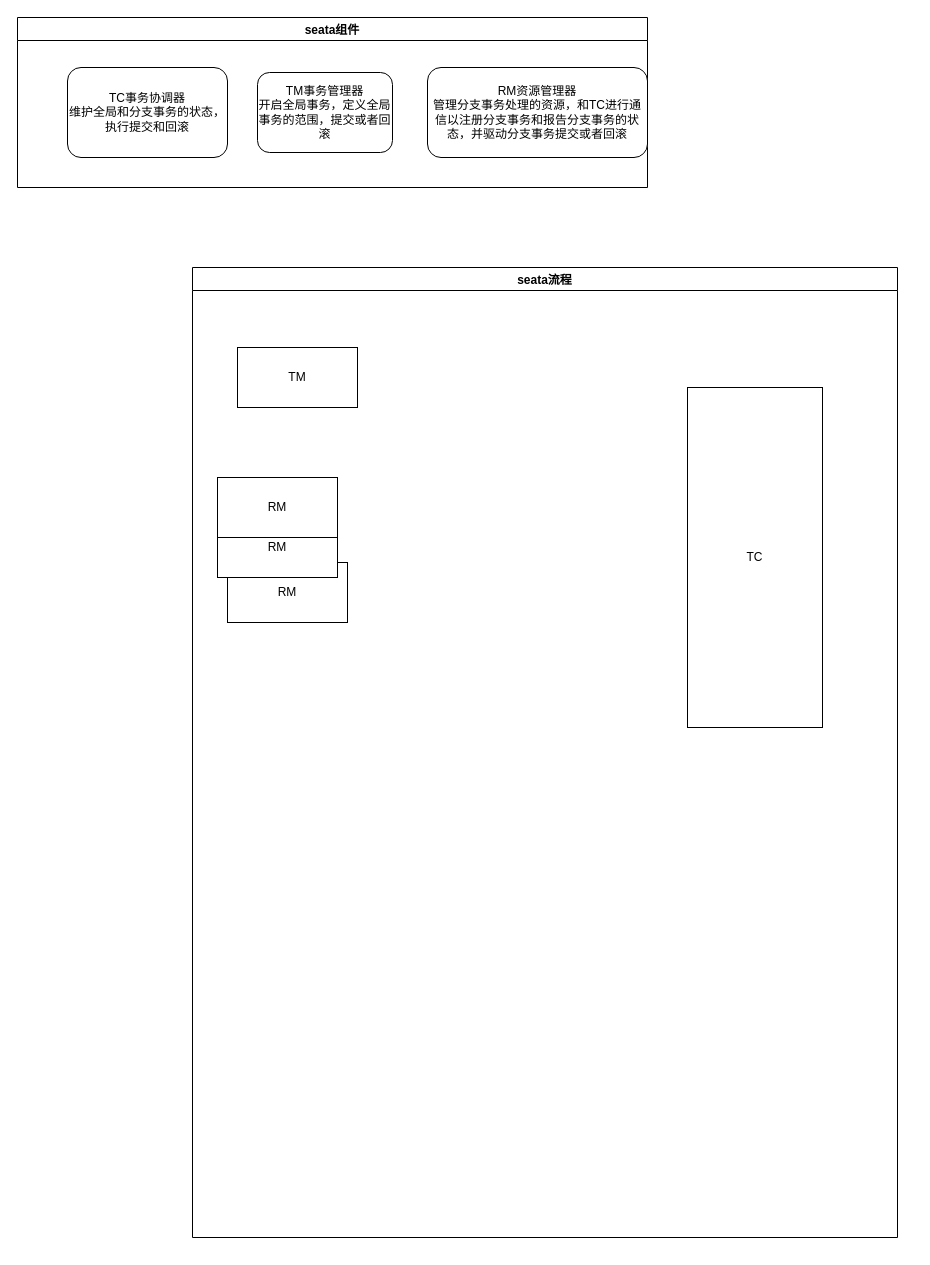
Before: seate.drawio in x-Yorozuya/java-, a draw.io diagram. Source tidied: cells renumbered, new cells numbered last; positions are measured from the earlier drawing's top-left corner, leaving out a move shared by most shapes. Both pictures are drawn from the tidied source at 100%, with x=0, y=0 at pixel (17, 17).
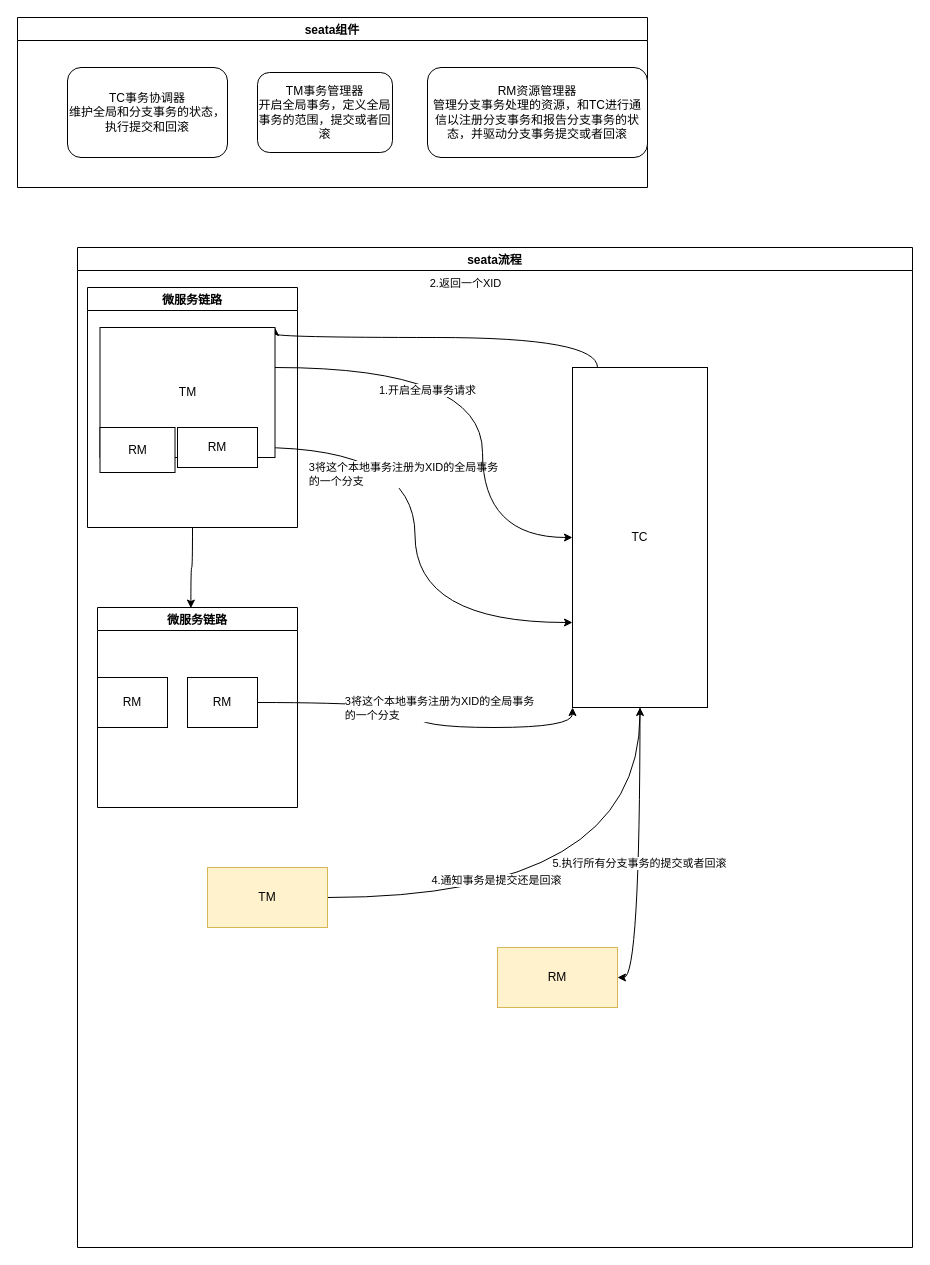
Above is the later version.

Unchanged cells that the change refers to:
```xml
<mxCell id="7" value="TC" style="whiteSpace=wrap;html=1;" parent="6" vertex="1">
  <mxGeometry x="495" y="120" width="135" height="340" as="geometry" />
</mxCell>
```

The edit, as a diff of the source:
```diff
@@
     <mxCell id="6" value="seata流程" style="swimlane;" parent="1" vertex="1">
-      <mxGeometry x="175" y="250" width="705" height="970" as="geometry" />
+      <mxGeometry x="60" y="230" width="835" height="1000" as="geometry" />
     </mxCell>
+    <mxCell id="12" style="edgeStyle=orthogonalEdgeStyle;curved=1;rounded=0;jettySize=auto;html=1;entryX=1;entryY=0;entryDx=0;entryDy=0;" parent="6" edge="1" source="7" target="11">
+      <mxGeometry relative="1" as="geometry">
+        <Array as="points">
+          <mxPoint x="520" y="90" />
+        </Array>
+      </mxGeometry>
+    </mxCell>
+    <mxCell id="13" value="2.返回一个XID" style="edgeLabel;html=1;align=center;verticalAlign=middle;" parent="12" vertex="1">
+      <mxGeometry x="-0.1" y="-55" relative="1" as="geometry" />
+    </mxCell>
+    <mxCell id="14" style="edgeStyle=orthogonalEdgeStyle;curved=1;rounded=0;jettySize=auto;html=1;entryX=1;entryY=0.5;entryDx=0;entryDy=0;" parent="6" edge="1" source="7" target="29">
+      <mxGeometry relative="1" as="geometry" />
+    </mxCell>
+    <mxCell id="15" value="5.执行所有分支事务的提交或者回滚" style="edgeLabel;html=1;align=center;verticalAlign=middle;" parent="14" vertex="1">
+      <mxGeometry x="0.06" y="-1" relative="1" as="geometry" />
+    </mxCell>
@@
-    <mxCell id="8" value="RM" style="whiteSpace=wrap;html=1;" parent="6" vertex="1">
-      <mxGeometry x="35" y="295" width="120" height="60" as="geometry" />
-    </mxCell>
+    <mxCell id="16" style="edgeStyle=orthogonalEdgeStyle;curved=1;rounded=0;jettySize=auto;html=1;entryX=0;entryY=0.75;entryDx=0;entryDy=0;" parent="6" edge="1" source="10" target="7">
+      <mxGeometry relative="1" as="geometry" />
+    </mxCell>
+    <mxCell id="17" value="3将这个本地事务注册为XID的全局事务&lt;br&gt;&lt;div style=&quot;text-align: left&quot;&gt;的一个分支&lt;/div&gt;" style="edgeLabel;html=1;align=center;verticalAlign=middle;" parent="16" vertex="1">
+      <mxGeometry x="-0.41" y="-26" relative="1" as="geometry" />
+    </mxCell>
+    <mxCell id="18" style="edgeStyle=orthogonalEdgeStyle;rounded=0;jettySize=auto;html=1;curved=1;" parent="6" edge="1" source="11" target="7">
+      <mxGeometry relative="1" as="geometry">
+        <Array as="points">
+          <mxPoint x="405" y="120" />
+          <mxPoint x="405" y="290" />
+        </Array>
+      </mxGeometry>
+    </mxCell>
+    <mxCell id="19" value="1.开启全局事务请求" style="edgeLabel;html=1;align=center;verticalAlign=middle;" parent="18" vertex="1">
+      <mxGeometry x="-0.35" y="-22" relative="1" as="geometry" />
+    </mxCell>
+    <mxCell id="20" style="edgeStyle=orthogonalEdgeStyle;curved=1;rounded=0;jettySize=auto;html=1;exitX=0.5;exitY=1;exitDx=0;exitDy=0;entryX=0.467;entryY=0.003;entryDx=0;entryDy=0;entryPerimeter=0;" parent="6" edge="1" source="21" target="22">
+      <mxGeometry relative="1" as="geometry" />
+    </mxCell>
+    <mxCell id="21" value="微服务链路" style="swimlane;" parent="6" vertex="1">
+      <mxGeometry x="10" y="40" width="210" height="240" as="geometry" />
+    </mxCell>
+    <mxCell id="11" value="TM" style="whiteSpace=wrap;html=1;" parent="21" vertex="1">
+      <mxGeometry x="12.5" y="40" width="175" height="130" as="geometry" />
+    </mxCell>
-    <mxCell id="9" value="RM" style="whiteSpace=wrap;html=1;" parent="6" vertex="1">
-      <mxGeometry x="25" y="250" width="120" height="60" as="geometry" />
+    <mxCell id="9" value="RM" style="whiteSpace=wrap;html=1;" parent="21" vertex="1">
+      <mxGeometry x="12.5" y="140" width="75" height="45" as="geometry" />
     </mxCell>
-    <mxCell id="10" value="RM" style="whiteSpace=wrap;html=1;" parent="6" vertex="1">
-      <mxGeometry x="25" y="210" width="120" height="60" as="geometry" />
+    <mxCell id="10" value="RM" style="whiteSpace=wrap;html=1;" parent="21" vertex="1">
+      <mxGeometry x="90" y="140" width="80" height="40" as="geometry" />
     </mxCell>
-    <mxCell id="11" value="TM" style="whiteSpace=wrap;html=1;" parent="6" vertex="1">
-      <mxGeometry x="45" y="80" width="120" height="60" as="geometry" />
-    </mxCell>
+    <mxCell id="22" value="微服务链路" style="swimlane;" parent="6" vertex="1">
+      <mxGeometry x="20" y="360" width="200" height="200" as="geometry" />
+    </mxCell>
+    <mxCell id="8" value="RM" style="whiteSpace=wrap;html=1;" parent="22" vertex="1">
+      <mxGeometry y="70" width="70" height="50" as="geometry" />
+    </mxCell>
+    <mxCell id="23" value="RM" style="whiteSpace=wrap;html=1;" parent="22" vertex="1">
+      <mxGeometry x="90" y="70" width="70" height="50" as="geometry" />
+    </mxCell>
+    <mxCell id="24" style="edgeStyle=orthogonalEdgeStyle;curved=1;rounded=0;jettySize=auto;html=1;entryX=0;entryY=1;entryDx=0;entryDy=0;" parent="6" edge="1" source="23" target="7">
+      <mxGeometry relative="1" as="geometry">
+        <Array as="points">
+          <mxPoint x="338" y="455" />
+          <mxPoint x="338" y="480" />
+          <mxPoint x="495" y="480" />
+        </Array>
+      </mxGeometry>
+    </mxCell>
+    <mxCell id="25" value="3将这个本地事务注册为XID的全局事务&lt;br&gt;&lt;div style=&quot;text-align: left&quot;&gt;的一个分支&lt;/div&gt;" style="edgeLabel;html=1;align=center;verticalAlign=middle;" parent="24" vertex="1">
+      <mxGeometry x="-0.29" y="-6" relative="1" as="geometry">
+        <mxPoint x="53" y="-1" as="offset" />
+      </mxGeometry>
+    </mxCell>
+    <mxCell id="26" style="edgeStyle=orthogonalEdgeStyle;curved=1;rounded=0;jettySize=auto;html=1;" parent="6" edge="1" source="28" target="7">
+      <mxGeometry relative="1" as="geometry" />
+    </mxCell>
+    <mxCell id="27" value="4.通知事务是提交还是回滚" style="edgeLabel;html=1;align=center;verticalAlign=middle;" parent="26" vertex="1">
+      <mxGeometry x="-0.33" y="18" relative="1" as="geometry" />
+    </mxCell>
+    <mxCell id="28" value="TM" style="whiteSpace=wrap;html=1;fillColor=#fff2cc;strokeColor=#d6b656;" parent="6" vertex="1">
+      <mxGeometry x="130" y="620" width="120" height="60" as="geometry" />
+    </mxCell>
+    <mxCell id="29" value="RM" style="whiteSpace=wrap;html=1;fillColor=#fff2cc;strokeColor=#d6b656;" parent="6" vertex="1">
+      <mxGeometry x="420" y="700" width="120" height="60" as="geometry" />
+    </mxCell>
```
